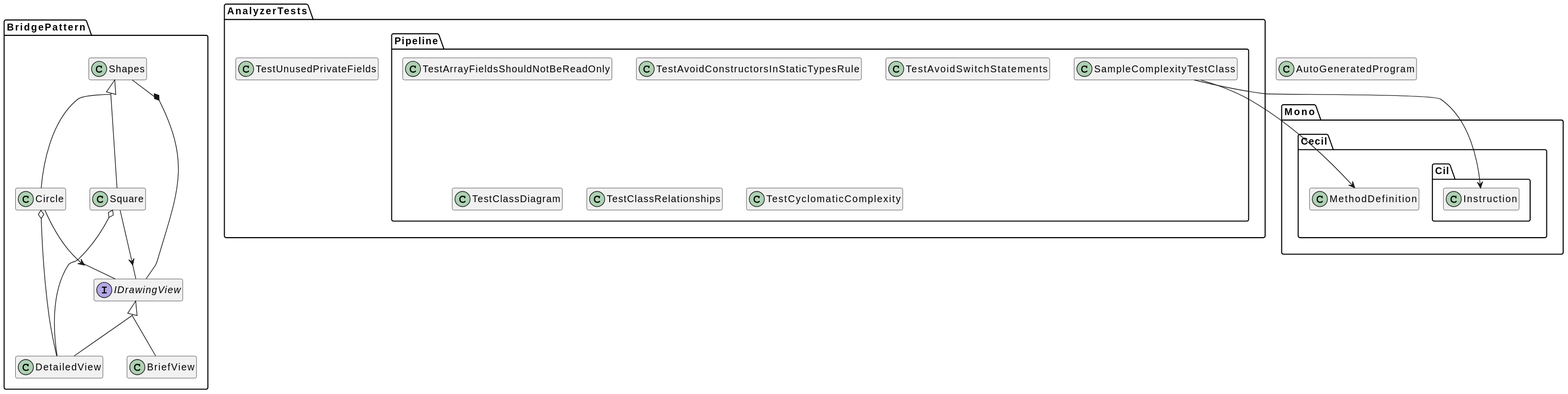
Earlier version of the PlantUML export AnalyzerTests/UMLDiagramResults/out8.svg (Mak1226/CodeInspector). Its diagram source:
```plantuml
@startuml
hide empty members
skinparam groupInheritance 2
skinparam groupAggregation 2
skinparam groupComposition 2
class AutoGeneratedProgram{}
class AnalyzerTests.TestUnusedPrivateFields{}
class AnalyzerTests.Pipeline.TestArrayFieldsShouldNotBeReadOnly{}
class AnalyzerTests.Pipeline.TestAvoidConstructorsInStaticTypesRule{}
class AnalyzerTests.Pipeline.TestAvoidSwitchStatements{}
class AnalyzerTests.Pipeline.TestClassDiagram{}
class AnalyzerTests.Pipeline.TestClassRelationships{}
class AnalyzerTests.Pipeline.SampleComplexityTestClass{}
class AnalyzerTests.Pipeline.TestCyclomaticComplexity{}
class BridgePattern.Circle{}
class BridgePattern.DetailedView{}
class BridgePattern.BriefView{}
class BridgePattern.Shapes{}
class BridgePattern.Square{}
interface BridgePattern.IDrawingView
 AnalyzerTests.Pipeline.SampleComplexityTestClass --> Mono.Cecil.Cil.Instruction
 AnalyzerTests.Pipeline.SampleComplexityTestClass --> Mono.Cecil.MethodDefinition
 BridgePattern.Circle --> BridgePattern.IDrawingView
 BridgePattern.Circle o- BridgePattern.DetailedView
class BridgePattern.Circle extends BridgePattern.Shapes
class BridgePattern.DetailedView implements BridgePattern.IDrawingView
class BridgePattern.BriefView implements BridgePattern.IDrawingView
 BridgePattern.Shapes *-- BridgePattern.IDrawingView
 BridgePattern.Square --> BridgePattern.IDrawingView
 BridgePattern.Square o- BridgePattern.DetailedView
class BridgePattern.Square extends BridgePattern.Shapes
@enduml
```
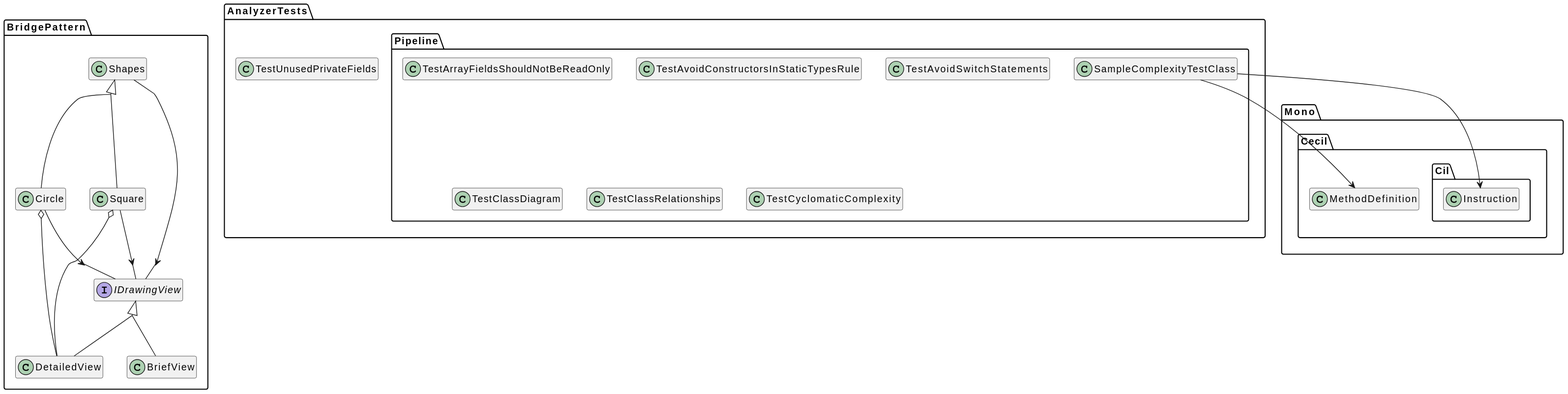
Above is the later version.

The edit, as a diff of the source:
```diff
@@ -3,7 +3,6 @@
 skinparam groupInheritance 2
 skinparam groupAggregation 2
 skinparam groupComposition 2
-class AutoGeneratedProgram{}
 class AnalyzerTests.TestUnusedPrivateFields{}
 class AnalyzerTests.Pipeline.TestArrayFieldsShouldNotBeReadOnly{}
 class AnalyzerTests.Pipeline.TestAvoidConstructorsInStaticTypesRule{}
@@ -25,7 +24,7 @@
 class BridgePattern.Circle extends BridgePattern.Shapes
 class BridgePattern.DetailedView implements BridgePattern.IDrawingView
 class BridgePattern.BriefView implements BridgePattern.IDrawingView
- BridgePattern.Shapes *-- BridgePattern.IDrawingView
+ BridgePattern.Shapes --> BridgePattern.IDrawingView
  BridgePattern.Square --> BridgePattern.IDrawingView
  BridgePattern.Square o- BridgePattern.DetailedView
 class BridgePattern.Square extends BridgePattern.Shapes
```
